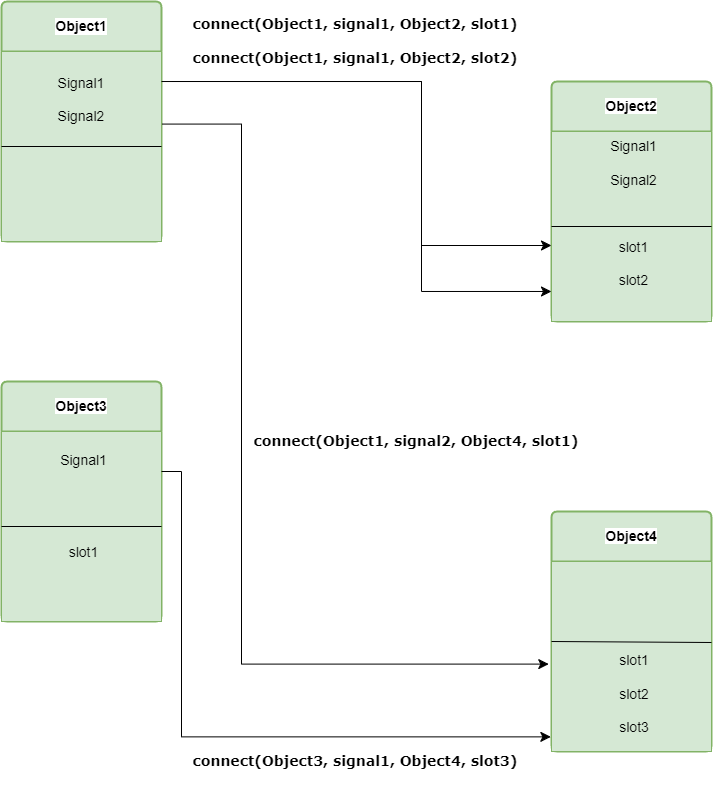
Before: Qt/signal_slot.drawio.png, a diagram exported from draw.io (Sstmtz/draw.io-). Source tidied: cells renumbered, new cells last; positions are measured from the earlier drawing's top-left corner, leaving out a move shared by most shapes.
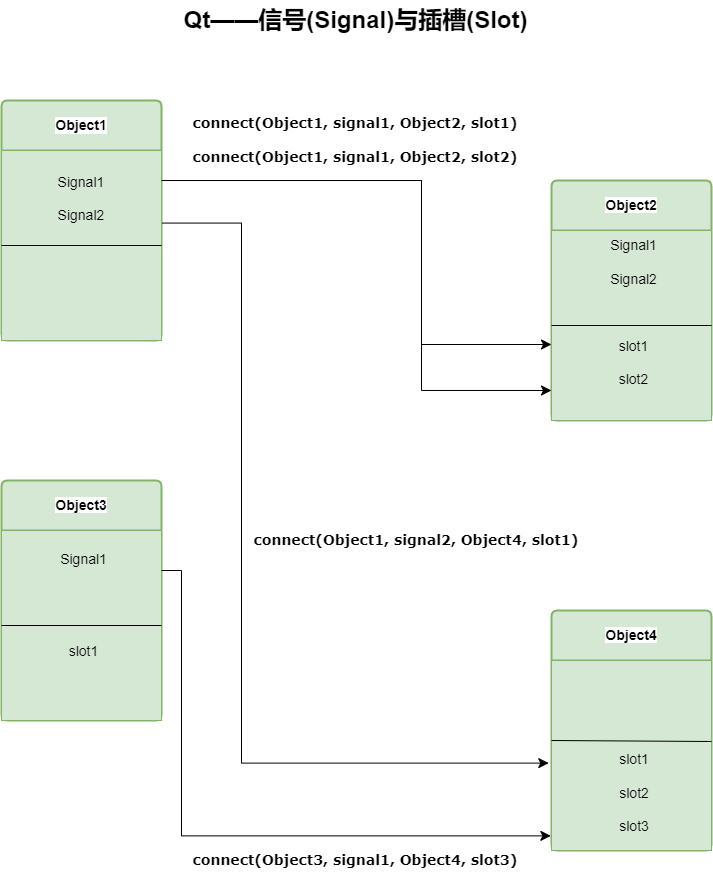
After the change.

The edit, as a diff of the source:
```diff
@@ -95,5 +95,8 @@
         <mxGeometry x="189" y="730" width="330" height="60" as="geometry" />
       </mxCell>
     </object>
+    <mxCell id="22" value="Qt——信号(Signal)与插槽(Slot)" style="text;strokeColor=none;fillColor=none;html=1;fontSize=24;fontStyle=1;verticalAlign=middle;align=center;" parent="1" vertex="1">
+      <mxGeometry x="256" y="-100" width="196" height="40" as="geometry" />
+    </mxCell>
   </root>
 </mxGraphModel>
```
